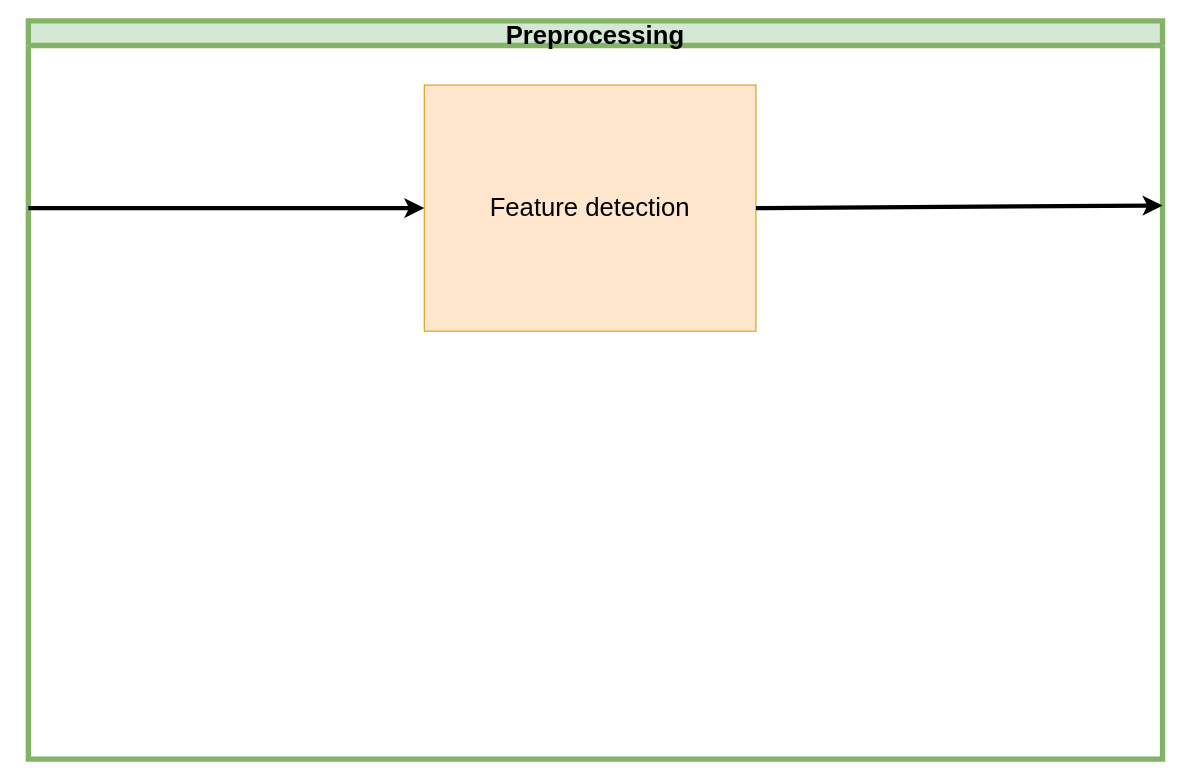
This is page "Preprocessing" (4 of 6) of TestNav.drawio from ipa-dmo/ipa_outdoor_docu, a draw.io file, before an edit. Source tidied: cells renumbered, new cells numbered last; positions are measured from the earlier drawing's top-left corner, leaving out a move shared by most shapes. Both pictures are drawn from the tidied source at 107%, with x=0, y=0 at pixel (28, 20).
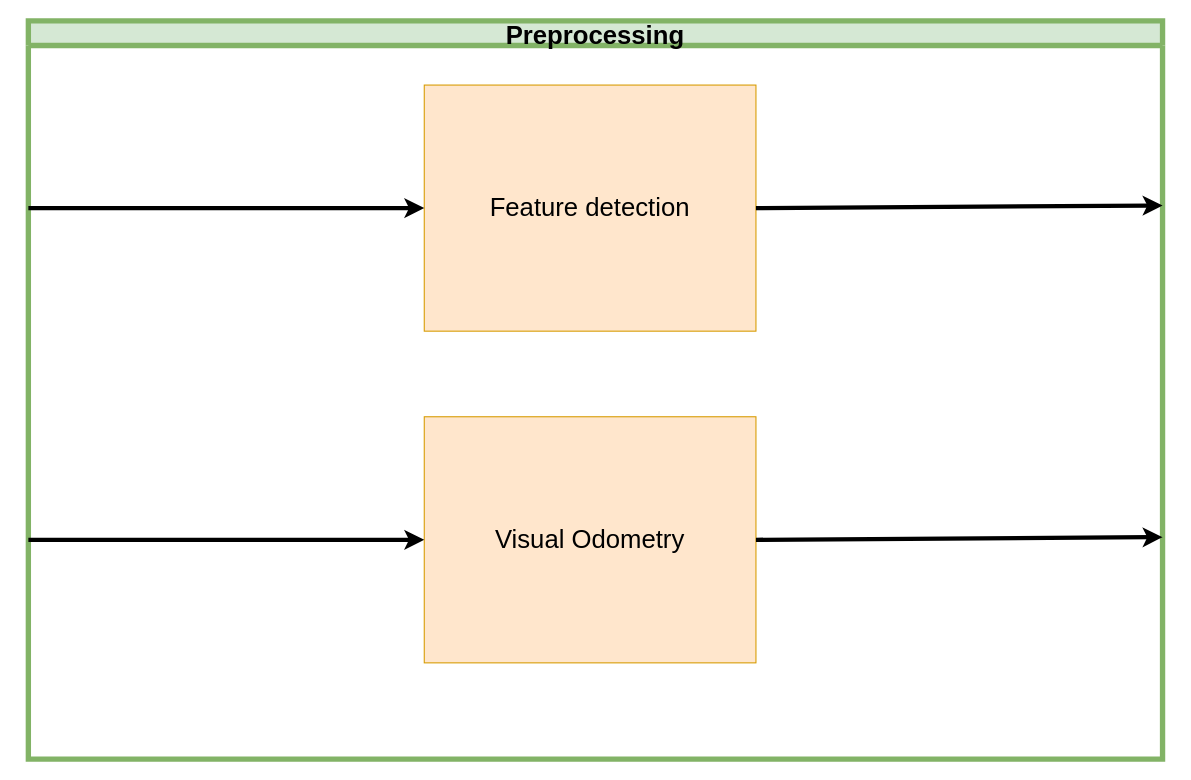
Above is the later version.

Commit message (it also covers changes not shown here):
Add Visual Odometry

Diff of the diagram source:
```diff
@@
 <mxGraphModel>
   <root>
     <mxCell id="0" />
     <mxCell id="1" parent="0" />
     <mxCell id="2" value="Preprocessing" style="swimlane;fillColor=#d5e8d4;strokeColor=#82b366;fontSize=24;strokeWidth=5;startSize=23;" parent="1" vertex="1">
       <mxGeometry width="1060" height="690" as="geometry" />
     </mxCell>
     <mxCell id="3" value="&lt;font style=&quot;font-size: 24px&quot;&gt;Feature detection&lt;/font&gt;" style="whiteSpace=wrap;html=1;fillColor=#ffe6cc;strokeColor=#d79b00;" parent="2" vertex="1">
       <mxGeometry x="370" y="60" width="310" height="230" as="geometry" />
     </mxCell>
     <mxCell id="4" style="endArrow=classic;html=1;entryX=0;entryY=0.5;entryDx=0;entryDy=0;strokeWidth=4;" parent="2" edge="1" target="3">
       <mxGeometry relative="1" as="geometry">
         <mxPoint y="175" as="sourcePoint" />
       </mxGeometry>
     </mxCell>
     <mxCell id="5" style="endArrow=classic;html=1;entryX=1;entryY=0.25;entryDx=0;entryDy=0;strokeWidth=4;exitX=1;exitY=0.5;exitDx=0;exitDy=0;" parent="2" edge="1" source="3" target="2">
       <mxGeometry relative="1" as="geometry" />
     </mxCell>
+    <mxCell id="6" value="&lt;font style=&quot;font-size: 24px&quot;&gt;Visual Odometry&lt;br&gt;&lt;/font&gt;" style="whiteSpace=wrap;html=1;fillColor=#ffe6cc;strokeColor=#d79b00;" parent="2" vertex="1">
+      <mxGeometry x="370" y="370" width="310" height="230" as="geometry" />
+    </mxCell>
+    <mxCell id="7" style="endArrow=classic;html=1;entryX=0;entryY=0.5;entryDx=0;entryDy=0;strokeWidth=4;" parent="2" edge="1" target="6">
+      <mxGeometry relative="1" as="geometry">
+        <mxPoint y="485" as="sourcePoint" />
+      </mxGeometry>
+    </mxCell>
+    <mxCell id="8" style="endArrow=classic;html=1;entryX=1;entryY=0.25;entryDx=0;entryDy=0;strokeWidth=4;exitX=1;exitY=0.5;exitDx=0;exitDy=0;" parent="2" edge="1" source="6">
+      <mxGeometry relative="1" as="geometry">
+        <mxPoint x="1060" y="482.5" as="targetPoint" />
+      </mxGeometry>
+    </mxCell>
   </root>
 </mxGraphModel>
```
